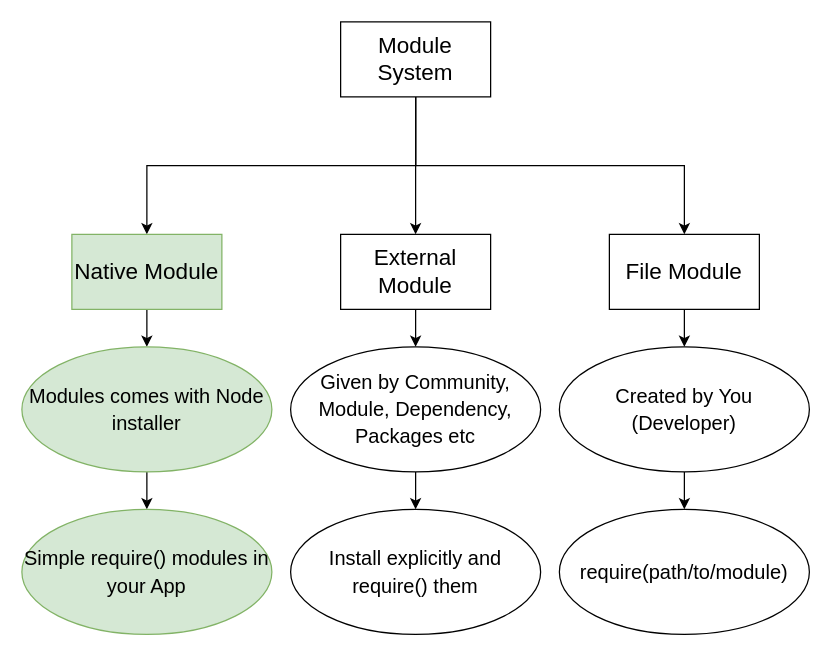
Above: page "Page-5" (5 of 5) of refs/diagrams.drawio in synergy2411/citius-nov-dec-21 (draw.io), before the change. Source tidied: cells renumbered, new cells numbered last; positions are measured from the earlier drawing's top-left corner, leaving out a move shared by most shapes. Both pictures are drawn from the tidied source at 125%, with x=0, y=0 at pixel (21, 21).
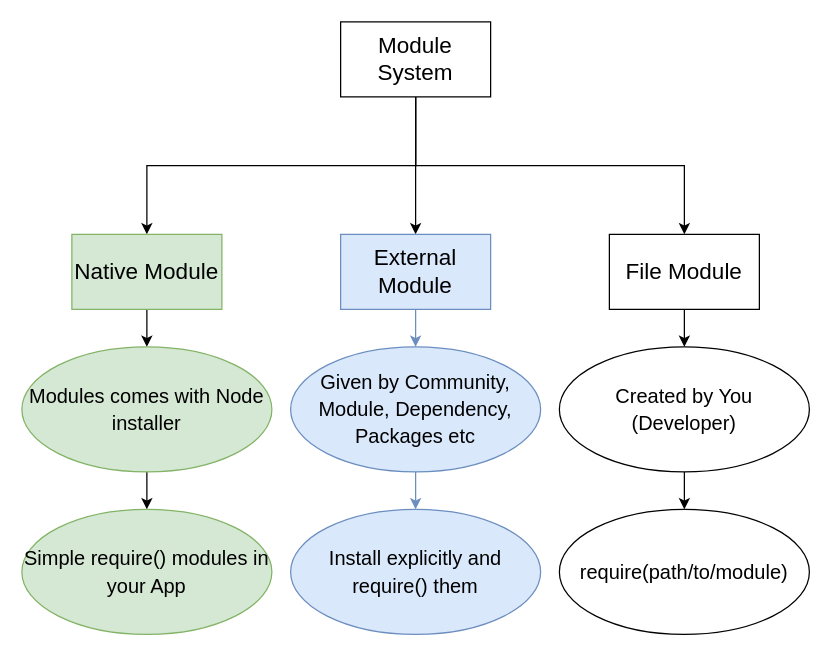
The same diagram, later.

Commit message (it also covers changes not shown here):
module basics

Change to the diagram source:
```diff
@@
-    <mxCell id="11" style="edgeStyle=orthogonalEdgeStyle;rounded=0;jettySize=auto;html=1;fontSize=18;" parent="1" edge="1" source="12" target="14">
+    <mxCell id="11" style="edgeStyle=orthogonalEdgeStyle;rounded=0;jettySize=auto;html=1;fontSize=18;fillColor=#dae8fc;strokeColor=#6c8ebf;" parent="1" edge="1" source="12" target="14">
       <mxGeometry relative="1" as="geometry" />
     </mxCell>
-    <mxCell id="12" value="External Module" style="rounded=0;whiteSpace=wrap;html=1;fontSize=18;" parent="1" vertex="1">
+    <mxCell id="12" value="External Module" style="rounded=0;whiteSpace=wrap;html=1;fontSize=18;fillColor=#dae8fc;strokeColor=#6c8ebf;" parent="1" vertex="1">
       <mxGeometry x="255" y="170" width="120" height="60" as="geometry" />
     </mxCell>
-    <mxCell id="13" style="edgeStyle=orthogonalEdgeStyle;rounded=0;jettySize=auto;html=1;fontSize=16;" parent="1" edge="1" source="14" target="15">
+    <mxCell id="13" style="edgeStyle=orthogonalEdgeStyle;rounded=0;jettySize=auto;html=1;fontSize=16;fillColor=#dae8fc;strokeColor=#6c8ebf;" parent="1" edge="1" source="14" target="15">
       <mxGeometry relative="1" as="geometry" />
     </mxCell>
-    <mxCell id="14" value="&lt;span style=&quot;font-size: 16px&quot;&gt;Given by Community,&lt;br&gt;Module, Dependency, Packages etc&lt;br&gt;&lt;/span&gt;" style="ellipse;whiteSpace=wrap;html=1;rounded=0;fontSize=18;" parent="1" vertex="1">
+    <mxCell id="14" value="&lt;span style=&quot;font-size: 16px&quot;&gt;Given by Community,&lt;br&gt;Module, Dependency, Packages etc&lt;br&gt;&lt;/span&gt;" style="ellipse;whiteSpace=wrap;html=1;rounded=0;fontSize=18;fillColor=#dae8fc;strokeColor=#6c8ebf;" parent="1" vertex="1">
       <mxGeometry x="215" y="260" width="200" height="100" as="geometry" />
     </mxCell>
-    <mxCell id="15" value="&lt;span style=&quot;font-size: 16px&quot;&gt;Install explicitly and &lt;br&gt;require() them&lt;/span&gt;" style="ellipse;whiteSpace=wrap;html=1;rounded=0;fontSize=18;" parent="1" vertex="1">
+    <mxCell id="15" value="&lt;span style=&quot;font-size: 16px&quot;&gt;Install explicitly and &lt;br&gt;require() them&lt;/span&gt;" style="ellipse;whiteSpace=wrap;html=1;rounded=0;fontSize=18;fillColor=#dae8fc;strokeColor=#6c8ebf;" parent="1" vertex="1">
       <mxGeometry x="215" y="390" width="200" height="100" as="geometry" />
     </mxCell>
```
